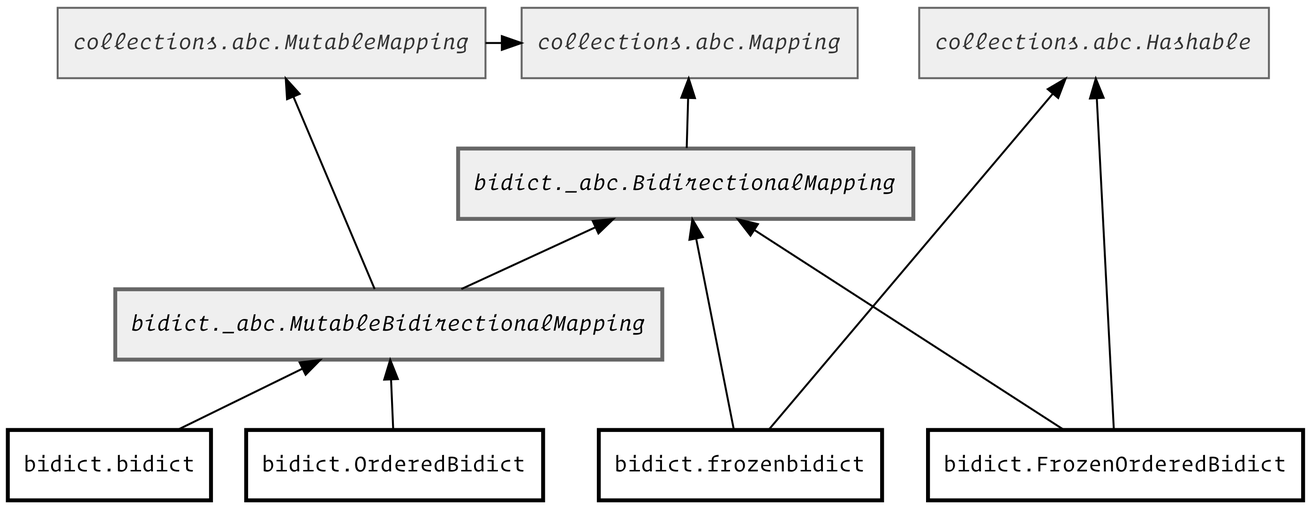
Earlier version of the Graphviz export docs/_static/bidict-types-diagram.png (pexip/os-bidict). Its source is kept beside it as docs/_static/bidict-types-diagram.dot. The source it was exported from:
```dot



digraph G {
  rankdir=BT
  dpi=300
  node [fontsize="12", shape="box"]

  subgraph ABCs {
    node [fillcolor="#EFEFEF", color="#666666", fontcolor="#333333", style="filled", fontname="OperatorMono Nerd Font Book Italic"]
    Mapping [label="collections.abc.Mapping"]
    MutableMapping [label="collections.abc.MutableMapping"]
    Hashable [label="collections.abc.Hashable"]
    MutableMapping -> Mapping
    { rank=same Mapping MutableMapping Hashable }

    BidirectionalMapping [label="bidict._abc.BidirectionalMapping", style="filled, bold", fontcolor="black", fontname="OperatorMono Nerd Font Book Italic"]
    MutableBidirectionalMapping [label="bidict._abc.MutableBidirectionalMapping", style="filled, bold", fontcolor="black", fontname="OperatorMono Nerd Font Book Italic"]
    BidirectionalMapping -> Mapping
    MutableBidirectionalMapping -> BidirectionalMapping
    MutableBidirectionalMapping -> MutableMapping
  }

  subgraph {
    node [style="bold", fontname="OperatorMono Nerd Font Book"]

    bidict [label="bidict.bidict"]
    frozenbidict [label="bidict.frozenbidict"]
    OrderedBidict [label="bidict.OrderedBidict"]
    FrozenOrderedBidict [label="bidict.FrozenOrderedBidict"]

    bidict -> { MutableBidirectionalMapping }
    OrderedBidict -> { MutableBidirectionalMapping }
    FrozenOrderedBidict -> { BidirectionalMapping, Hashable }
    frozenbidict -> { BidirectionalMapping, Hashable }
    { rank=same bidict frozenbidict OrderedBidict FrozenOrderedBidict }
  }
}
```
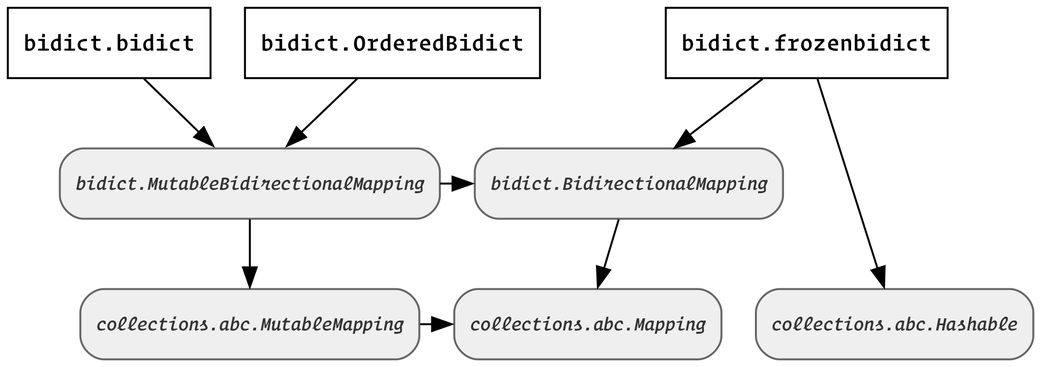
After the change.

What changed in the source:
```diff
@@ -2,37 +2,40 @@
 
 
 digraph G {
-  rankdir=BT
   dpi=300
   node [fontsize="12", shape="box"]
 
+  subgraph bidicts {
+    node [fontname="Operator Mono SSm Lig Book"]
+
+    bidict [label="bidict.bidict"]
+    frozenbidict [label="bidict.frozenbidict"]
+    OrderedBidict [label="bidict.OrderedBidict"]
+
+    { rank=same bidict frozenbidict OrderedBidict }
+  }
+
   subgraph ABCs {
-    node [fillcolor="#EFEFEF", color="#666666", fontcolor="#333333", style="filled", fontname="OperatorMono Nerd Font Book Italic"]
+    node [fillcolor="#EFEFEF", color="#666666", fontcolor="#333333", style="filled,rounded", fontname="Operator Mono SSm Lig Book Italic", fontsize="10"]
     Mapping [label="collections.abc.Mapping"]
     MutableMapping [label="collections.abc.MutableMapping"]
     Hashable [label="collections.abc.Hashable"]
+
     MutableMapping -> Mapping
+
     { rank=same Mapping MutableMapping Hashable }
 
-    BidirectionalMapping [label="bidict._abc.BidirectionalMapping", style="filled, bold", fontcolor="black", fontname="OperatorMono Nerd Font Book Italic"]
-    MutableBidirectionalMapping [label="bidict._abc.MutableBidirectionalMapping", style="filled, bold", fontcolor="black", fontname="OperatorMono Nerd Font Book Italic"]
+    BidirectionalMapping [label="bidict.BidirectionalMapping"]
+    MutableBidirectionalMapping [label="bidict.MutableBidirectionalMapping"]
+
+    { rank=same BidirectionalMapping MutableBidirectionalMapping }
+
     BidirectionalMapping -> Mapping
     MutableBidirectionalMapping -> BidirectionalMapping
     MutableBidirectionalMapping -> MutableMapping
   }
 
-  subgraph {
-    node [style="bold", fontname="OperatorMono Nerd Font Book"]
-
-    bidict [label="bidict.bidict"]
-    frozenbidict [label="bidict.frozenbidict"]
-    OrderedBidict [label="bidict.OrderedBidict"]
-    FrozenOrderedBidict [label="bidict.FrozenOrderedBidict"]
-
-    bidict -> { MutableBidirectionalMapping }
-    OrderedBidict -> { MutableBidirectionalMapping }
-    FrozenOrderedBidict -> { BidirectionalMapping, Hashable }
-    frozenbidict -> { BidirectionalMapping, Hashable }
-    { rank=same bidict frozenbidict OrderedBidict FrozenOrderedBidict }
-  }
+  bidict -> { MutableBidirectionalMapping }
+  OrderedBidict -> { MutableBidirectionalMapping }
+  frozenbidict -> { BidirectionalMapping, Hashable }
 }
```
